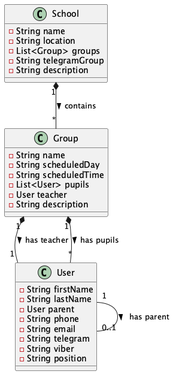
Before: School Structure.png, a diagram exported from PlantUML (nick-barban/roboroxtestbot). Source of this version:
```plantuml
@startuml School Structure

class School {
    - String name
    - String location
    - List<Group> groups
    - String telegramGroup
    - String description
}

class Group {
    - String name
    - String scheduledDay
    - String scheduledTime
    - List<User> pupils
    - User teacher
    - String description
}

class User {
    - String firstName
    - String lastName
    - User parent
    - String phone
    - String email
    - String telegram
    - String viber
    - String position
}

School "1" *-- "*" Group : contains >
Group "1" *-- "1" User : has teacher >
Group "1" *-- "*" User : has pupils >
User "1" -- "0..1" User : has parent >

@enduml
```
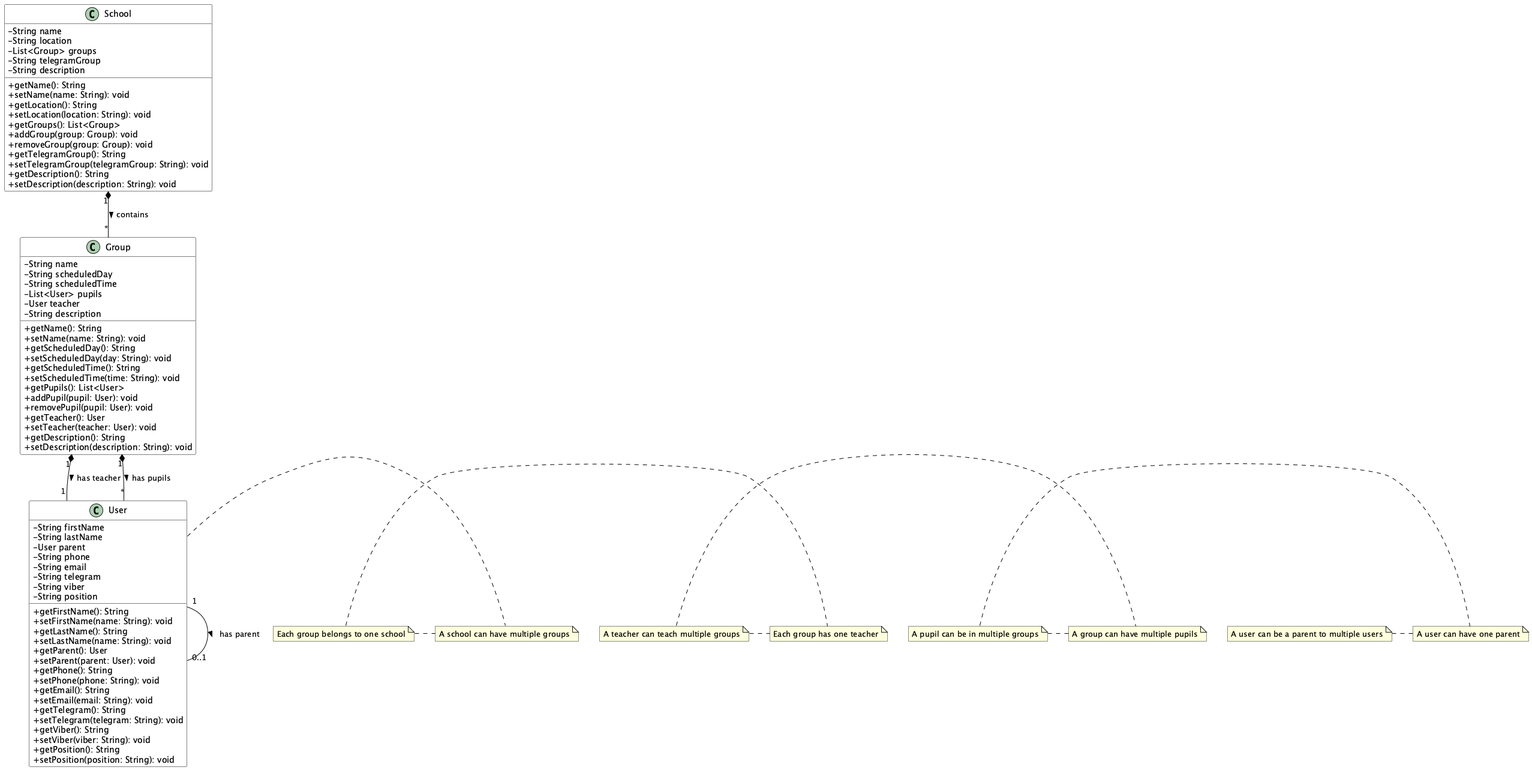
After the commit.

Commit message:
RRTB-10: Improve UML diagram with access methods and documentation

What changed in the source:
```diff
@@ -1,4 +1,11 @@
 @startuml School Structure
+
+skinparam classAttributeIconSize 0
+skinparam class {
+    BackgroundColor White
+    ArrowColor Black
+    BorderColor Black
+}
 
 class School {
     - String name
@@ -6,6 +13,17 @@
     - List<Group> groups
     - String telegramGroup
     - String description
+    + getName(): String
+    + setName(name: String): void
+    + getLocation(): String
+    + setLocation(location: String): void
+    + getGroups(): List<Group>
+    + addGroup(group: Group): void
+    + removeGroup(group: Group): void
+    + getTelegramGroup(): String
+    + setTelegramGroup(telegramGroup: String): void
+    + getDescription(): String
+    + setDescription(description: String): void
 }
 
 class Group {
@@ -15,6 +33,19 @@
     - List<User> pupils
     - User teacher
     - String description
+    + getName(): String
+    + setName(name: String): void
+    + getScheduledDay(): String
+    + setScheduledDay(day: String): void
+    + getScheduledTime(): String
+    + setScheduledTime(time: String): void
+    + getPupils(): List<User>
+    + addPupil(pupil: User): void
+    + removePupil(pupil: User): void
+    + getTeacher(): User
+    + setTeacher(teacher: User): void
+    + getDescription(): String
+    + setDescription(description: String): void
 }
 
 class User {
@@ -26,11 +57,38 @@
     - String telegram
     - String viber
     - String position
+    + getFirstName(): String
+    + setFirstName(name: String): void
+    + getLastName(): String
+    + setLastName(name: String): void
+    + getParent(): User
+    + setParent(parent: User): void
+    + getPhone(): String
+    + setPhone(phone: String): void
+    + getEmail(): String
+    + setEmail(email: String): void
+    + getTelegram(): String
+    + setTelegram(telegram: String): void
+    + getViber(): String
+    + setViber(viber: String): void
+    + getPosition(): String
+    + setPosition(position: String): void
 }
 
 School "1" *-- "*" Group : contains >
+note right: A school can have multiple groups
+note left: Each group belongs to one school
+
 Group "1" *-- "1" User : has teacher >
+note right: Each group has one teacher
+note left: A teacher can teach multiple groups
+
 Group "1" *-- "*" User : has pupils >
+note right: A group can have multiple pupils
+note left: A pupil can be in multiple groups
+
 User "1" -- "0..1" User : has parent >
+note right: A user can have one parent
+note left: A user can be a parent to multiple users
 
 @enduml
```
